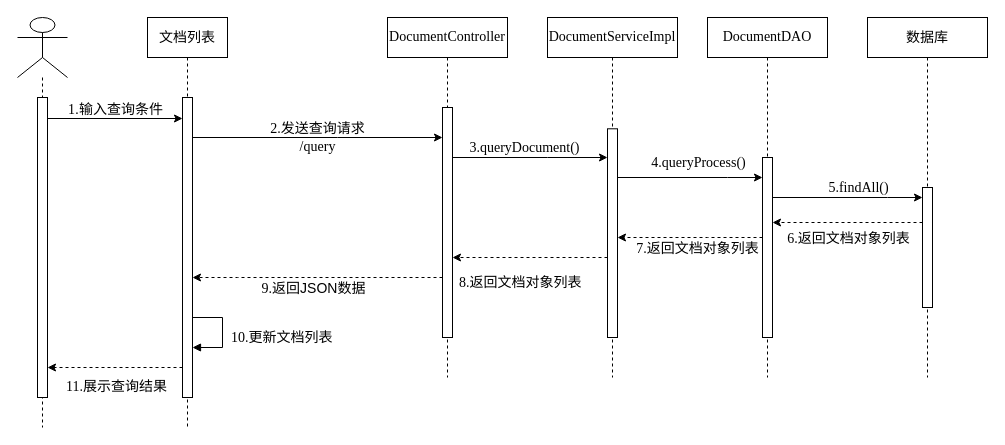
This is page "查询文档" (4 of 5) of 时序图.drawio from lang22/DocAI_UML, a draw.io file, before an edit. Source tidied: cells renumbered, new cells numbered last; positions are measured from the earlier drawing's top-left corner, leaving out a move shared by most shapes. Both pictures are drawn from the tidied source at 100%, with x=0, y=0 at pixel (17, 17).
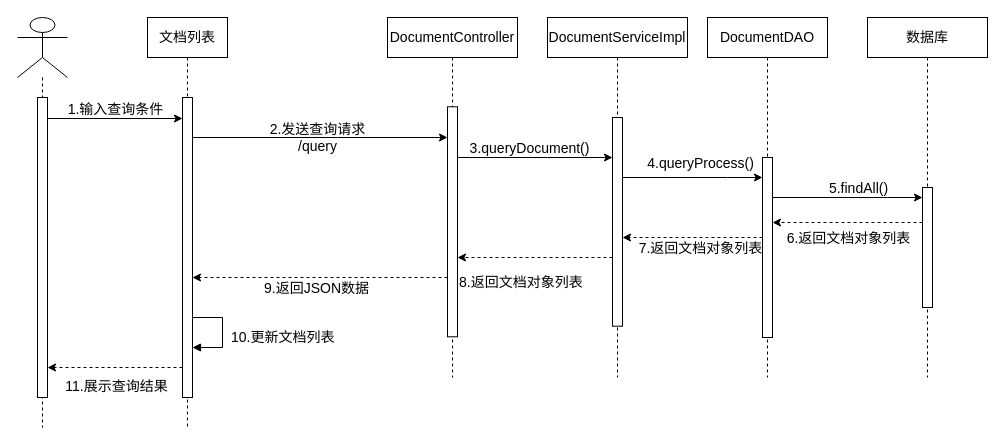
After the change.

Diff of the diagram source:
```diff
@@
-    <mxCell id="2" value="&lt;font class=&quot;custom-cursor-default-hover&quot; style=&quot;font-size: 14px;&quot; face=&quot;宋体&quot;&gt;文档列表&lt;/font&gt;" style="shape=umlLifeline;perimeter=lifelinePerimeter;whiteSpace=wrap;html=1;newEdgeStyle={&quot;edgeStyle&quot;:&quot;elbowEdgeStyle&quot;,&quot;elbow&quot;:&quot;vertical&quot;,&quot;curved&quot;:0,&quot;rounded&quot;:0};" parent="1" vertex="1">
+    <mxCell id="2" value="&lt;font class=&quot;custom-cursor-default-hover&quot; style=&quot;font-size: 14px;&quot;&gt;文档列表&lt;/font&gt;" style="shape=umlLifeline;perimeter=lifelinePerimeter;whiteSpace=wrap;html=1;newEdgeStyle={&quot;edgeStyle&quot;:&quot;elbowEdgeStyle&quot;,&quot;elbow&quot;:&quot;vertical&quot;,&quot;curved&quot;:0,&quot;rounded&quot;:0};fontFamily=Arial;" parent="1" vertex="1">
       <mxGeometry x="130" width="80" height="410" as="geometry" />
     </mxCell>
-    <mxCell id="3" style="html=1;points=[];perimeter=orthogonalPerimeter;outlineConnect=0;targetShapes=umlLifeline;portConstraint=eastwest;newEdgeStyle={&quot;edgeStyle&quot;:&quot;elbowEdgeStyle&quot;,&quot;elbow&quot;:&quot;vertical&quot;,&quot;curved&quot;:0,&quot;rounded&quot;:0};fontFamily=宋体;fontSize=14;" parent="2" vertex="1">
+    <mxCell id="3" style="html=1;points=[];perimeter=orthogonalPerimeter;outlineConnect=0;targetShapes=umlLifeline;portConstraint=eastwest;newEdgeStyle={&quot;edgeStyle&quot;:&quot;elbowEdgeStyle&quot;,&quot;elbow&quot;:&quot;vertical&quot;,&quot;curved&quot;:0,&quot;rounded&quot;:0};fontFamily=Arial;fontSize=14;" parent="2" vertex="1">
       <mxGeometry x="35" y="80" width="10" height="300" as="geometry" />
     </mxCell>
-    <mxCell id="4" value="10.&lt;font face=&quot;宋体&quot;&gt;更新文档列表&lt;/font&gt;" style="html=1;align=left;spacingLeft=2;endArrow=block;rounded=0;edgeStyle=orthogonalEdgeStyle;curved=0;rounded=0;fontFamily=Times New Roman;fontSize=14;" parent="2" edge="1">
+    <mxCell id="4" value="10.&lt;font&gt;更新文档列表&lt;/font&gt;" style="html=1;align=left;spacingLeft=2;endArrow=block;rounded=0;edgeStyle=orthogonalEdgeStyle;curved=0;rounded=0;fontFamily=Arial;fontSize=14;" parent="2" edge="1">
       <mxGeometry x="0.11" y="5" relative="1" as="geometry">
         <mxPoint x="45" y="300" as="sourcePoint" />
         <mxPoint x="45" y="330" as="targetPoint" />
         <Array as="points">
           <mxPoint x="75" y="300" />
           <mxPoint x="75" y="330" />
         </Array>
       </mxGeometry>
     </mxCell>
-    <mxCell id="5" style="shape=umlLifeline;perimeter=lifelinePerimeter;whiteSpace=wrap;html=1;newEdgeStyle={&quot;edgeStyle&quot;:&quot;elbowEdgeStyle&quot;,&quot;elbow&quot;:&quot;vertical&quot;,&quot;curved&quot;:0,&quot;rounded&quot;:0};participant=umlActor;size=60;" parent="1" vertex="1">
+    <mxCell id="5" style="shape=umlLifeline;perimeter=lifelinePerimeter;whiteSpace=wrap;html=1;newEdgeStyle={&quot;edgeStyle&quot;:&quot;elbowEdgeStyle&quot;,&quot;elbow&quot;:&quot;vertical&quot;,&quot;curved&quot;:0,&quot;rounded&quot;:0};participant=umlActor;size=60;fontFamily=Arial;" parent="1" vertex="1">
       <mxGeometry width="50" height="410" as="geometry" />
     </mxCell>
-    <mxCell id="6" style="html=1;points=[];perimeter=orthogonalPerimeter;outlineConnect=0;targetShapes=umlLifeline;portConstraint=eastwest;newEdgeStyle={&quot;edgeStyle&quot;:&quot;elbowEdgeStyle&quot;,&quot;elbow&quot;:&quot;vertical&quot;,&quot;curved&quot;:0,&quot;rounded&quot;:0};" parent="5" vertex="1">
+    <mxCell id="6" style="html=1;points=[];perimeter=orthogonalPerimeter;outlineConnect=0;targetShapes=umlLifeline;portConstraint=eastwest;newEdgeStyle={&quot;edgeStyle&quot;:&quot;elbowEdgeStyle&quot;,&quot;elbow&quot;:&quot;vertical&quot;,&quot;curved&quot;:0,&quot;rounded&quot;:0};fontFamily=Arial;" parent="5" vertex="1">
       <mxGeometry x="20" y="80" width="10" height="300" as="geometry" />
     </mxCell>
-    <mxCell id="7" value="&lt;font face=&quot;宋体&quot;&gt;数据库&lt;/font&gt;" style="shape=umlLifeline;perimeter=lifelinePerimeter;whiteSpace=wrap;html=1;newEdgeStyle={&quot;edgeStyle&quot;:&quot;elbowEdgeStyle&quot;,&quot;elbow&quot;:&quot;vertical&quot;,&quot;curved&quot;:0,&quot;rounded&quot;:0};fontFamily=Times New Roman;fontSize=14;" parent="1" vertex="1">
+    <mxCell id="7" value="&lt;font&gt;数据库&lt;/font&gt;" style="shape=umlLifeline;perimeter=lifelinePerimeter;whiteSpace=wrap;html=1;newEdgeStyle={&quot;edgeStyle&quot;:&quot;elbowEdgeStyle&quot;,&quot;elbow&quot;:&quot;vertical&quot;,&quot;curved&quot;:0,&quot;rounded&quot;:0};fontFamily=Arial;fontSize=14;" parent="1" vertex="1">
       <mxGeometry x="850" width="120" height="360" as="geometry" />
     </mxCell>
-    <mxCell id="8" style="html=1;points=[];perimeter=orthogonalPerimeter;outlineConnect=0;targetShapes=umlLifeline;portConstraint=eastwest;newEdgeStyle={&quot;edgeStyle&quot;:&quot;elbowEdgeStyle&quot;,&quot;elbow&quot;:&quot;vertical&quot;,&quot;curved&quot;:0,&quot;rounded&quot;:0};" parent="7" vertex="1">
+    <mxCell id="8" style="html=1;points=[];perimeter=orthogonalPerimeter;outlineConnect=0;targetShapes=umlLifeline;portConstraint=eastwest;newEdgeStyle={&quot;edgeStyle&quot;:&quot;elbowEdgeStyle&quot;,&quot;elbow&quot;:&quot;vertical&quot;,&quot;curved&quot;:0,&quot;rounded&quot;:0};fontFamily=Arial;" parent="7" vertex="1">
       <mxGeometry x="55" y="170" width="10" height="120" as="geometry" />
     </mxCell>
-    <mxCell id="9" style="edgeStyle=elbowEdgeStyle;rounded=0;orthogonalLoop=1;jettySize=auto;html=1;elbow=vertical;curved=0;fontFamily=宋体;fontSize=14;" parent="1" edge="1">
+    <mxCell id="9" style="edgeStyle=elbowEdgeStyle;rounded=0;orthogonalLoop=1;jettySize=auto;html=1;elbow=vertical;curved=0;fontFamily=Arial;fontSize=14;" parent="1" edge="1">
       <mxGeometry relative="1" as="geometry">
         <mxPoint x="30" y="101" as="sourcePoint" />
         <mxPoint x="165" y="101" as="targetPoint" />
       </mxGeometry>
     </mxCell>
-    <mxCell id="10" value="&lt;font face=&quot;Times New Roman&quot;&gt;1&lt;/font&gt;.输入查询条件" style="edgeLabel;html=1;align=center;verticalAlign=middle;fontFamily=宋体;fontSize=14;" parent="9" vertex="1">
+    <mxCell id="10" value="&lt;font&gt;1&lt;/font&gt;.输入查询条件" style="edgeLabel;html=1;align=center;verticalAlign=middle;fontFamily=Arial;fontSize=14;" parent="9" vertex="1">
       <mxGeometry x="-0.22" y="4" relative="1" as="geometry">
         <mxPoint x="14" y="-6" as="offset" />
       </mxGeometry>
     </mxCell>
-    <mxCell id="11" value="&lt;font class=&quot;custom-cursor-default-hover&quot; style=&quot;font-size: 14px;&quot;&gt;DocumentController&lt;/font&gt;" style="shape=umlLifeline;perimeter=lifelinePerimeter;whiteSpace=wrap;html=1;newEdgeStyle={&quot;edgeStyle&quot;:&quot;elbowEdgeStyle&quot;,&quot;elbow&quot;:&quot;vertical&quot;,&quot;curved&quot;:0,&quot;rounded&quot;:0};fontFamily=Times New Roman;fontSize=14;" parent="1" vertex="1">
-      <mxGeometry x="370" width="120" height="360" as="geometry" />
+    <mxCell id="11" value="&lt;font class=&quot;custom-cursor-default-hover&quot; style=&quot;font-size: 14px;&quot;&gt;DocumentController&lt;/font&gt;" style="shape=umlLifeline;perimeter=lifelinePerimeter;whiteSpace=wrap;html=1;newEdgeStyle={&quot;edgeStyle&quot;:&quot;elbowEdgeStyle&quot;,&quot;elbow&quot;:&quot;vertical&quot;,&quot;curved&quot;:0,&quot;rounded&quot;:0};fontFamily=Arial;fontSize=14;" parent="1" vertex="1">
+      <mxGeometry x="370" width="130" height="360" as="geometry" />
     </mxCell>
-    <mxCell id="12" style="html=1;points=[];perimeter=orthogonalPerimeter;outlineConnect=0;targetShapes=umlLifeline;portConstraint=eastwest;newEdgeStyle={&quot;edgeStyle&quot;:&quot;elbowEdgeStyle&quot;,&quot;elbow&quot;:&quot;vertical&quot;,&quot;curved&quot;:0,&quot;rounded&quot;:0};" parent="11" vertex="1">
-      <mxGeometry x="55" y="90" width="10" height="230" as="geometry" />
+    <mxCell id="12" style="html=1;points=[];perimeter=orthogonalPerimeter;outlineConnect=0;targetShapes=umlLifeline;portConstraint=eastwest;newEdgeStyle={&quot;edgeStyle&quot;:&quot;elbowEdgeStyle&quot;,&quot;elbow&quot;:&quot;vertical&quot;,&quot;curved&quot;:0,&quot;rounded&quot;:0};fontFamily=Arial;" parent="11" vertex="1">
+      <mxGeometry x="60" y="89.3" width="10" height="230" as="geometry" />
     </mxCell>
-    <mxCell id="13" value="&lt;font class=&quot;custom-cursor-default-hover&quot; style=&quot;font-size: 14px;&quot;&gt;DocumentServiceImpl&lt;/font&gt;" style="shape=umlLifeline;perimeter=lifelinePerimeter;whiteSpace=wrap;html=1;newEdgeStyle={&quot;edgeStyle&quot;:&quot;elbowEdgeStyle&quot;,&quot;elbow&quot;:&quot;vertical&quot;,&quot;curved&quot;:0,&quot;rounded&quot;:0};fontFamily=Times New Roman;fontSize=14;" parent="1" vertex="1">
-      <mxGeometry x="530" width="130" height="360" as="geometry" />
+    <mxCell id="13" value="&lt;font class=&quot;custom-cursor-default-hover&quot; style=&quot;font-size: 14px;&quot;&gt;DocumentServiceImpl&lt;/font&gt;" style="shape=umlLifeline;perimeter=lifelinePerimeter;whiteSpace=wrap;html=1;newEdgeStyle={&quot;edgeStyle&quot;:&quot;elbowEdgeStyle&quot;,&quot;elbow&quot;:&quot;vertical&quot;,&quot;curved&quot;:0,&quot;rounded&quot;:0};fontFamily=Arial;fontSize=14;" parent="1" vertex="1">
+      <mxGeometry x="530" width="140" height="360" as="geometry" />
     </mxCell>
-    <mxCell id="14" style="html=1;points=[];perimeter=orthogonalPerimeter;outlineConnect=0;targetShapes=umlLifeline;portConstraint=eastwest;newEdgeStyle={&quot;edgeStyle&quot;:&quot;elbowEdgeStyle&quot;,&quot;elbow&quot;:&quot;vertical&quot;,&quot;curved&quot;:0,&quot;rounded&quot;:0};" parent="13" vertex="1">
-      <mxGeometry x="60" y="111.3" width="10" height="208.7" as="geometry" />
+    <mxCell id="14" style="html=1;points=[];perimeter=orthogonalPerimeter;outlineConnect=0;targetShapes=umlLifeline;portConstraint=eastwest;newEdgeStyle={&quot;edgeStyle&quot;:&quot;elbowEdgeStyle&quot;,&quot;elbow&quot;:&quot;vertical&quot;,&quot;curved&quot;:0,&quot;rounded&quot;:0};fontFamily=Arial;" parent="13" vertex="1">
+      <mxGeometry x="65" y="100" width="10" height="208.7" as="geometry" />
     </mxCell>
-    <mxCell id="15" value="DocumentDAO" style="shape=umlLifeline;perimeter=lifelinePerimeter;whiteSpace=wrap;html=1;newEdgeStyle={&quot;edgeStyle&quot;:&quot;elbowEdgeStyle&quot;,&quot;elbow&quot;:&quot;vertical&quot;,&quot;curved&quot;:0,&quot;rounded&quot;:0};fontFamily=Times New Roman;fontSize=14;" parent="1" vertex="1">
+    <mxCell id="15" value="DocumentDAO" style="shape=umlLifeline;perimeter=lifelinePerimeter;whiteSpace=wrap;html=1;newEdgeStyle={&quot;edgeStyle&quot;:&quot;elbowEdgeStyle&quot;,&quot;elbow&quot;:&quot;vertical&quot;,&quot;curved&quot;:0,&quot;rounded&quot;:0};fontFamily=Arial;fontSize=14;" parent="1" vertex="1">
       <mxGeometry x="690" width="120" height="360" as="geometry" />
     </mxCell>
-    <mxCell id="16" style="html=1;points=[];perimeter=orthogonalPerimeter;outlineConnect=0;targetShapes=umlLifeline;portConstraint=eastwest;newEdgeStyle={&quot;edgeStyle&quot;:&quot;elbowEdgeStyle&quot;,&quot;elbow&quot;:&quot;vertical&quot;,&quot;curved&quot;:0,&quot;rounded&quot;:0};" parent="15" vertex="1">
+    <mxCell id="16" style="html=1;points=[];perimeter=orthogonalPerimeter;outlineConnect=0;targetShapes=umlLifeline;portConstraint=eastwest;newEdgeStyle={&quot;edgeStyle&quot;:&quot;elbowEdgeStyle&quot;,&quot;elbow&quot;:&quot;vertical&quot;,&quot;curved&quot;:0,&quot;rounded&quot;:0};fontFamily=Arial;" parent="15" vertex="1">
       <mxGeometry x="55" y="140" width="10" height="180" as="geometry" />
     </mxCell>
-    <mxCell id="17" style="edgeStyle=elbowEdgeStyle;rounded=0;jettySize=auto;html=1;elbow=vertical;curved=0;fontFamily=宋体;fontSize=14;" parent="1" edge="1" source="3" target="12">
+    <mxCell id="17" style="edgeStyle=elbowEdgeStyle;rounded=0;jettySize=auto;html=1;elbow=vertical;curved=0;fontFamily=Arial;fontSize=14;" parent="1" edge="1" source="3" target="12">
       <mxGeometry relative="1" as="geometry">
         <Array as="points">
           <mxPoint x="320" y="120" />
         </Array>
       </mxGeometry>
     </mxCell>
-    <mxCell id="18" value="&lt;font face=&quot;Times New Roman&quot;&gt;2.&lt;/font&gt;发送查询请求&lt;br&gt;&lt;font class=&quot;custom-cursor-default-hover&quot; face=&quot;Times New Roman&quot;&gt;/query&lt;/font&gt;" style="text;html=1;align=center;verticalAlign=middle;strokeColor=none;fillColor=none;fontSize=14;fontFamily=宋体;" parent="1" vertex="1">
+    <mxCell id="18" value="&lt;font&gt;2.&lt;/font&gt;发送查询请求&lt;br&gt;&lt;font class=&quot;custom-cursor-default-hover&quot;&gt;/query&lt;/font&gt;" style="text;html=1;align=center;verticalAlign=middle;strokeColor=none;fillColor=none;fontSize=14;fontFamily=Arial;" parent="1" vertex="1">
       <mxGeometry x="240" y="95" width="120" height="50" as="geometry" />
     </mxCell>
-    <mxCell id="19" style="edgeStyle=elbowEdgeStyle;rounded=0;jettySize=auto;html=1;elbow=vertical;curved=0;fontFamily=宋体;fontSize=14;" parent="1" edge="1" source="12" target="14">
+    <mxCell id="19" style="edgeStyle=elbowEdgeStyle;rounded=0;jettySize=auto;html=1;elbow=vertical;curved=0;fontFamily=Arial;fontSize=14;" parent="1" edge="1" source="12" target="14">
       <mxGeometry relative="1" as="geometry">
         <Array as="points">
           <mxPoint x="530" y="140" />
         </Array>
       </mxGeometry>
     </mxCell>
-    <mxCell id="20" value="3.queryDocument()" style="edgeLabel;html=1;align=center;verticalAlign=middle;fontSize=14;fontFamily=Times New Roman;" parent="19" vertex="1">
+    <mxCell id="20" value="3.queryDocument()" style="edgeLabel;html=1;align=center;verticalAlign=middle;fontSize=14;fontFamily=Arial;" parent="19" vertex="1">
       <mxGeometry x="-0.09" relative="1" as="geometry">
         <mxPoint y="-10" as="offset" />
       </mxGeometry>
     </mxCell>
-    <mxCell id="21" style="edgeStyle=elbowEdgeStyle;rounded=0;jettySize=auto;html=1;elbow=vertical;curved=0;fontFamily=宋体;fontSize=14;" parent="1" edge="1" source="14" target="16">
+    <mxCell id="21" style="edgeStyle=elbowEdgeStyle;rounded=0;jettySize=auto;html=1;elbow=vertical;curved=0;fontFamily=Arial;fontSize=14;" parent="1" edge="1" source="14" target="16">
       <mxGeometry relative="1" as="geometry">
         <Array as="points">
           <mxPoint x="710" y="160" />
         </Array>
       </mxGeometry>
     </mxCell>
-    <mxCell id="22" value="4.queryProcess()" style="edgeLabel;html=1;align=center;verticalAlign=middle;fontSize=14;fontFamily=Times New Roman;" parent="21" vertex="1">
+    <mxCell id="22" value="4.queryProcess()" style="edgeLabel;html=1;align=center;verticalAlign=middle;fontSize=14;fontFamily=Arial;" parent="21" vertex="1">
       <mxGeometry x="0.03" y="4" relative="1" as="geometry">
         <mxPoint x="5" y="-11" as="offset" />
       </mxGeometry>
     </mxCell>
-    <mxCell id="23" style="edgeStyle=elbowEdgeStyle;rounded=0;jettySize=auto;html=1;elbow=vertical;curved=0;fontFamily=宋体;fontSize=14;" parent="1" edge="1" source="16" target="8">
+    <mxCell id="23" style="edgeStyle=elbowEdgeStyle;rounded=0;jettySize=auto;html=1;elbow=vertical;curved=0;fontFamily=Arial;fontSize=14;" parent="1" edge="1" source="16" target="8">
       <mxGeometry relative="1" as="geometry">
         <Array as="points">
           <mxPoint x="870" y="180" />
         </Array>
       </mxGeometry>
     </mxCell>
-    <mxCell id="24" value="5.findAll()" style="edgeLabel;html=1;align=center;verticalAlign=middle;fontSize=14;fontFamily=Times New Roman;" parent="23" vertex="1">
+    <mxCell id="24" value="5.findAll()" style="edgeLabel;html=1;align=center;verticalAlign=middle;fontSize=14;fontFamily=Arial;" parent="23" vertex="1">
       <mxGeometry x="-0.03" y="4" relative="1" as="geometry">
         <mxPoint x="12" y="-6" as="offset" />
       </mxGeometry>
     </mxCell>
-    <mxCell id="25" style="edgeStyle=elbowEdgeStyle;rounded=0;orthogonalLoop=1;jettySize=auto;html=1;elbow=vertical;curved=0;fontFamily=宋体;fontSize=14;dashed=1;" parent="1" edge="1">
+    <mxCell id="25" style="edgeStyle=elbowEdgeStyle;rounded=0;orthogonalLoop=1;jettySize=auto;html=1;elbow=vertical;curved=0;fontFamily=Arial;fontSize=14;dashed=1;" parent="1" edge="1">
       <mxGeometry relative="1" as="geometry">
         <mxPoint x="905" y="205" as="sourcePoint" />
         <mxPoint x="755" y="205" as="targetPoint" />
         <Array as="points">
           <mxPoint x="800" y="205" />
         </Array>
       </mxGeometry>
     </mxCell>
-    <mxCell id="26" value="&lt;font face=&quot;Times New Roman&quot;&gt;6.&lt;/font&gt;返回文档对象列表" style="edgeLabel;html=1;align=center;verticalAlign=middle;fontSize=14;fontFamily=宋体;" parent="25" vertex="1">
+    <mxCell id="26" value="&lt;font&gt;6.&lt;/font&gt;返回文档对象列表" style="edgeLabel;html=1;align=center;verticalAlign=middle;fontSize=14;fontFamily=Arial;" parent="25" vertex="1">
       <mxGeometry x="-0.17" y="-1" relative="1" as="geometry">
         <mxPoint x="-13" y="16" as="offset" />
       </mxGeometry>
     </mxCell>
-    <mxCell id="27" style="edgeStyle=elbowEdgeStyle;rounded=0;jettySize=auto;html=1;elbow=vertical;curved=0;fontFamily=宋体;fontSize=14;dashed=1;" parent="1" edge="1" source="16" target="14">
+    <mxCell id="27" style="edgeStyle=elbowEdgeStyle;rounded=0;jettySize=auto;html=1;elbow=vertical;curved=0;fontFamily=Arial;fontSize=14;dashed=1;" parent="1" edge="1" source="16" target="14">
       <mxGeometry relative="1" as="geometry">
         <Array as="points">
           <mxPoint x="690" y="220" />
         </Array>
       </mxGeometry>
     </mxCell>
-    <mxCell id="28" value="&lt;font face=&quot;Times New Roman&quot;&gt;7.&lt;/font&gt;返回文档对象列表" style="edgeLabel;html=1;align=center;verticalAlign=middle;fontSize=14;fontFamily=宋体;" parent="27" vertex="1">
+    <mxCell id="28" value="&lt;font&gt;7.&lt;/font&gt;返回文档对象列表" style="edgeLabel;html=1;align=center;verticalAlign=middle;fontSize=14;fontFamily=Arial;" parent="27" vertex="1">
       <mxGeometry x="-0.04" y="4" relative="1" as="geometry">
         <mxPoint x="4" y="6" as="offset" />
       </mxGeometry>
     </mxCell>
-    <mxCell id="29" style="edgeStyle=elbowEdgeStyle;rounded=0;jettySize=auto;html=1;elbow=vertical;curved=0;fontFamily=宋体;fontSize=14;dashed=1;" parent="1" edge="1" source="14" target="12">
+    <mxCell id="29" style="edgeStyle=elbowEdgeStyle;rounded=0;jettySize=auto;html=1;elbow=vertical;curved=0;fontFamily=Arial;fontSize=14;dashed=1;" parent="1" edge="1" source="14" target="12">
       <mxGeometry relative="1" as="geometry">
         <Array as="points">
           <mxPoint x="550" y="240" />
         </Array>
       </mxGeometry>
     </mxCell>
-    <mxCell id="30" style="edgeStyle=elbowEdgeStyle;rounded=0;jettySize=auto;html=1;elbow=vertical;curved=0;fontFamily=宋体;fontSize=14;dashed=1;" parent="1" edge="1" source="12" target="3">
+    <mxCell id="30" style="edgeStyle=elbowEdgeStyle;rounded=0;jettySize=auto;html=1;elbow=vertical;curved=0;fontFamily=Arial;fontSize=14;dashed=1;" parent="1" edge="1" source="12" target="3">
       <mxGeometry relative="1" as="geometry">
         <Array as="points">
           <mxPoint x="220" y="260" />
           <mxPoint x="310" y="270" />
         </Array>
       </mxGeometry>
     </mxCell>
-    <mxCell id="31" value="&lt;font face=&quot;Times New Roman&quot;&gt;9.&lt;/font&gt;返回JSON数据" style="edgeLabel;html=1;align=center;verticalAlign=middle;fontSize=14;fontFamily=宋体;" parent="30" vertex="1">
+    <mxCell id="31" value="&lt;font&gt;9.&lt;/font&gt;返回JSON数据" style="edgeLabel;html=1;align=center;verticalAlign=middle;fontSize=14;fontFamily=Arial;" parent="30" vertex="1">
       <mxGeometry x="-0.01" y="4" relative="1" as="geometry">
         <mxPoint x="-6" y="6" as="offset" />
       </mxGeometry>
     </mxCell>
-    <mxCell id="32" style="edgeStyle=elbowEdgeStyle;rounded=0;jettySize=auto;html=1;elbow=vertical;curved=0;fontFamily=宋体;fontSize=14;dashed=1;" parent="1" edge="1" source="3" target="6">
+    <mxCell id="32" style="edgeStyle=elbowEdgeStyle;rounded=0;jettySize=auto;html=1;elbow=vertical;curved=0;fontFamily=Arial;fontSize=14;dashed=1;" parent="1" edge="1" source="3" target="6">
       <mxGeometry relative="1" as="geometry">
         <Array as="points">
           <mxPoint x="130" y="350" />
           <mxPoint x="110" y="290" />
         </Array>
       </mxGeometry>
     </mxCell>
-    <mxCell id="33" value="&lt;font face=&quot;Times New Roman&quot;&gt;11.&lt;/font&gt;展示查询结果" style="edgeLabel;html=1;align=center;verticalAlign=middle;fontSize=14;fontFamily=宋体;" parent="32" vertex="1">
+    <mxCell id="33" value="&lt;font&gt;11.&lt;/font&gt;展示查询结果" style="edgeLabel;html=1;align=center;verticalAlign=middle;fontSize=14;fontFamily=Arial;" parent="32" vertex="1">
       <mxGeometry x="-0.01" y="4" relative="1" as="geometry">
         <mxPoint y="14" as="offset" />
       </mxGeometry>
     </mxCell>
-    <mxCell id="34" value="&lt;span class=&quot;custom-cursor-default-hover&quot; style=&quot;color: rgb(0, 0, 0); font-size: 14px; font-style: normal; font-variant-ligatures: normal; font-variant-caps: normal; font-weight: 400; letter-spacing: normal; orphans: 2; text-align: center; text-indent: 0px; text-transform: none; widows: 2; word-spacing: 0px; -webkit-text-stroke-width: 0px; background-color: rgb(255, 255, 255); text-decoration-thickness: initial; text-decoration-style: initial; text-decoration-color: initial; float: none; display: inline !important;&quot;&gt;&lt;font face=&quot;Times New Roman&quot;&gt;8.&lt;/font&gt;&lt;/span&gt;&lt;span class=&quot;custom-cursor-default-hover&quot; style=&quot;color: rgb(0, 0, 0); font-family: 宋体; font-size: 14px; font-style: normal; font-variant-ligatures: normal; font-variant-caps: normal; font-weight: 400; letter-spacing: normal; orphans: 2; text-align: center; text-indent: 0px; text-transform: none; widows: 2; word-spacing: 0px; -webkit-text-stroke-width: 0px; background-color: rgb(255, 255, 255); text-decoration-thickness: initial; text-decoration-style: initial; text-decoration-color: initial; float: none; display: inline !important;&quot;&gt;返回文档对象列表&lt;/span&gt;" style="text;whiteSpace=wrap;html=1;fontSize=14;fontFamily=宋体;" parent="1" vertex="1">
+    <mxCell id="34" value="&lt;span class=&quot;custom-cursor-default-hover&quot; style=&quot;color: rgb(0, 0, 0); font-size: 14px; font-style: normal; font-variant-ligatures: normal; font-variant-caps: normal; font-weight: 400; letter-spacing: normal; orphans: 2; text-align: center; text-indent: 0px; text-transform: none; widows: 2; word-spacing: 0px; -webkit-text-stroke-width: 0px; background-color: rgb(255, 255, 255); text-decoration-thickness: initial; text-decoration-style: initial; text-decoration-color: initial; float: none; display: inline !important;&quot;&gt;&lt;font&gt;8.&lt;/font&gt;&lt;/span&gt;&lt;span class=&quot;custom-cursor-default-hover&quot; style=&quot;color: rgb(0, 0, 0); font-size: 14px; font-style: normal; font-variant-ligatures: normal; font-variant-caps: normal; font-weight: 400; letter-spacing: normal; orphans: 2; text-align: center; text-indent: 0px; text-transform: none; widows: 2; word-spacing: 0px; -webkit-text-stroke-width: 0px; background-color: rgb(255, 255, 255); text-decoration-thickness: initial; text-decoration-style: initial; text-decoration-color: initial; float: none; display: inline !important;&quot;&gt;返回文档对象列表&lt;/span&gt;" style="text;whiteSpace=wrap;html=1;fontSize=14;fontFamily=Arial;" parent="1" vertex="1">
       <mxGeometry x="440" y="250" width="160" height="40" as="geometry" />
     </mxCell>
```
